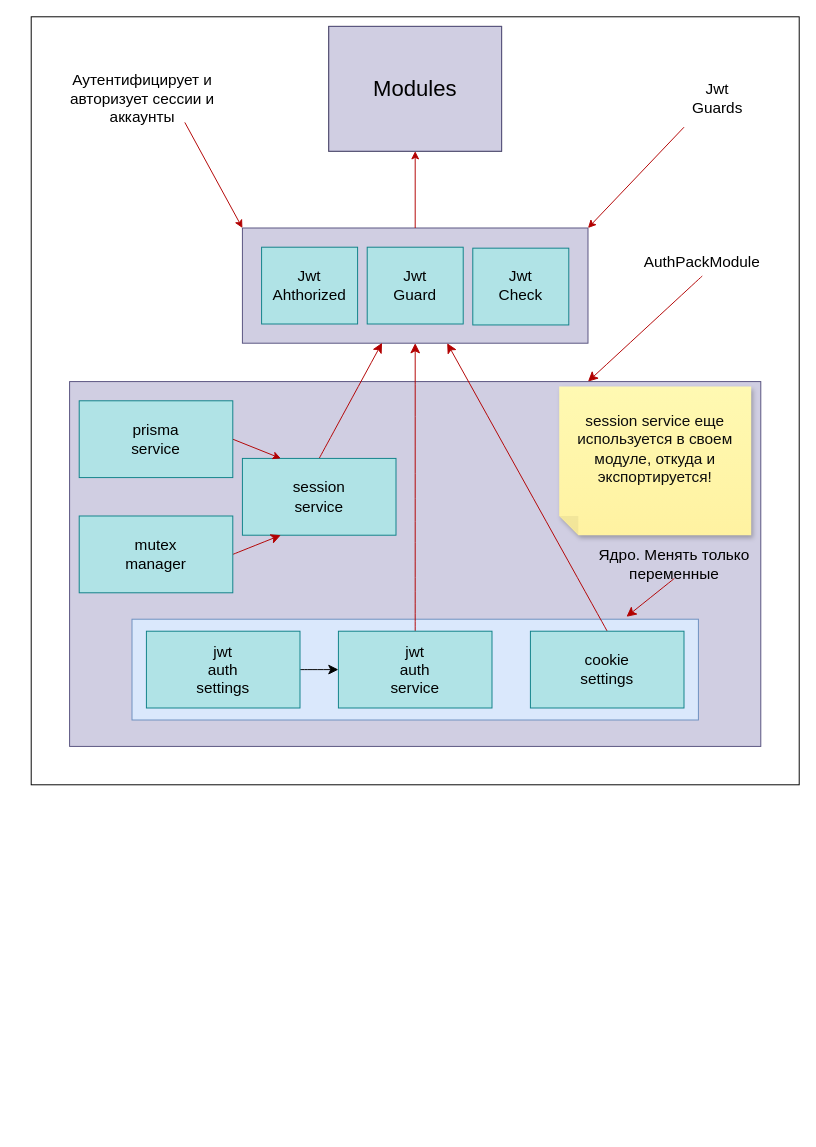
Before: page "AuthPackModule" (1 of 2) of documentation/AuthPackModule.drawio in IsaTalantbek/nestjs-monolith, a draw.io diagram. Source tidied: cells renumbered, new cells numbered last; positions are measured from the earlier drawing's top-left corner, leaving out a move shared by most shapes. Both pictures are drawn from the tidied source at 96%, with x=0, y=0 at pixel (31, 16).
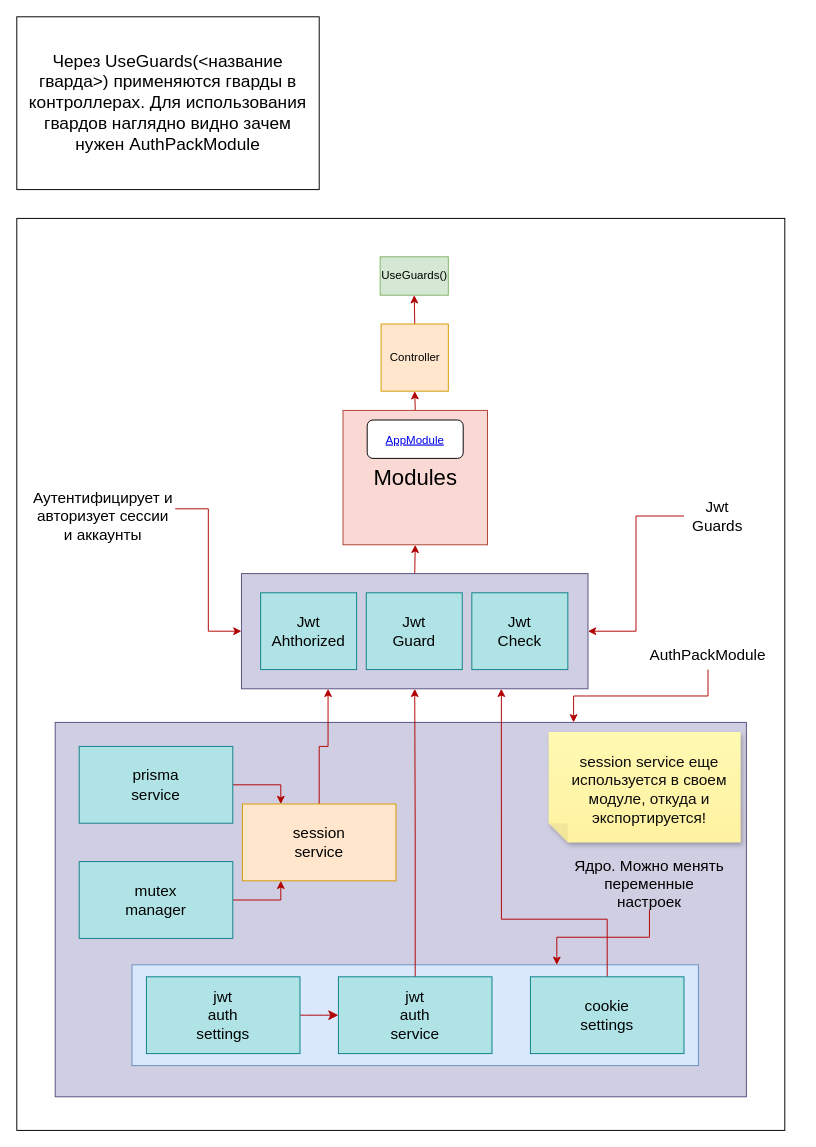
The same diagram, later.

What changed in the source:
```diff
@@
     <mxCell id="2" style="whiteSpace=wrap;html=1;fillColor=#FFFFFF;" parent="1" vertex="1">
-      <mxGeometry width="800" height="800" as="geometry" />
+      <mxGeometry x="-15" y="210" width="800" height="950" as="geometry" />
     </mxCell>
+    <mxCell id="36" style="edgeStyle=orthogonalEdgeStyle;rounded=0;jettySize=auto;html=1;exitX=0.5;exitY=0;exitDx=0;exitDy=0;entryX=0.5;entryY=1;entryDx=0;entryDy=0;fillColor=#e51400;strokeColor=#B20000;" parent="1" edge="1" source="3" target="35">
+      <mxGeometry relative="1" as="geometry" />
+    </mxCell>
     <mxCell id="3" style="whiteSpace=wrap;html=1;fontSize=23;fillColor=#d0cee2;strokeColor=#56517e;" parent="1" vertex="1">
-      <mxGeometry x="220" y="220" width="360" height="120" as="geometry" />
+      <mxGeometry x="219" y="580" width="361" height="120" as="geometry" />
     </mxCell>
     <mxCell id="4" style="rounded=0;whiteSpace=wrap;html=1;fillColor=#d0cee2;strokeColor=#56517e;" parent="1" vertex="1">
-      <mxGeometry x="40" y="380" width="720" height="380" as="geometry" />
+      <mxGeometry x="25" y="735" width="720" height="390" as="geometry" />
     </mxCell>
     <mxCell id="5" style="whiteSpace=wrap;html=1;fillColor=#dae8fc;strokeColor=#6c8ebf;" parent="1" vertex="1">
-      <mxGeometry x="105" y="627.5" width="590" height="105" as="geometry" />
+      <mxGeometry x="105" y="987.5" width="590" height="105" as="geometry" />
     </mxCell>
-    <mxCell id="6" style="edgeStyle=none;curved=1;rounded=0;jettySize=auto;html=1;exitX=1;exitY=0.5;exitDx=0;exitDy=0;entryX=0;entryY=0.5;entryDx=0;entryDy=0;fontSize=12;startSize=8;endSize=8;" parent="1" edge="1" source="7" target="9">
+    <mxCell id="6" style="edgeStyle=none;curved=1;rounded=0;jettySize=auto;html=1;exitX=1;exitY=0.5;exitDx=0;exitDy=0;entryX=0;entryY=0.5;entryDx=0;entryDy=0;fontSize=12;startSize=8;endSize=8;fillColor=#e51400;strokeColor=#B20000;" parent="1" edge="1" source="7" target="9">
       <mxGeometry relative="1" as="geometry" />
     </mxCell>
     <mxCell id="7" style="rounded=0;whiteSpace=wrap;html=1;fillColor=#b0e3e6;strokeColor=#0e8088;" parent="1" vertex="1">
-      <mxGeometry x="120" y="640" width="160" height="80" as="geometry" />
+      <mxGeometry x="120" y="1000" width="160" height="80" as="geometry" />
     </mxCell>
-    <mxCell id="8" style="edgeStyle=none;curved=1;rounded=0;jettySize=auto;html=1;exitX=0.5;exitY=0;exitDx=0;exitDy=0;fontSize=12;startSize=8;endSize=8;entryX=0.5;entryY=1;entryDx=0;entryDy=0;fillColor=#e51400;strokeColor=#B20000;" parent="1" edge="1" source="9" target="3">
+    <mxCell id="8" style="edgeStyle=orthogonalEdgeStyle;rounded=0;jettySize=auto;html=1;exitX=0.5;exitY=0;exitDx=0;exitDy=0;entryX=0.5;entryY=1;entryDx=0;entryDy=0;fillColor=#e51400;strokeColor=#B20000;" parent="1" edge="1" source="9" target="3">
       <mxGeometry relative="1" as="geometry" />
     </mxCell>
     <mxCell id="9" style="rounded=0;whiteSpace=wrap;html=1;fillColor=#b0e3e6;strokeColor=#0e8088;" parent="1" vertex="1">
-      <mxGeometry x="320" y="640" width="160" height="80" as="geometry" />
+      <mxGeometry x="320" y="1000" width="160" height="80" as="geometry" />
     </mxCell>
-    <mxCell id="10" style="edgeStyle=none;curved=1;rounded=0;jettySize=auto;html=1;exitX=0.5;exitY=0;exitDx=0;exitDy=0;fontSize=12;startSize=8;endSize=8;fillColor=#e51400;strokeColor=#B20000;" parent="1" edge="1" source="11" target="3">
-      <mxGeometry relative="1" as="geometry" />
+    <mxCell id="10" style="edgeStyle=orthogonalEdgeStyle;rounded=0;jettySize=auto;html=1;exitX=0.5;exitY=0;exitDx=0;exitDy=0;entryX=0.75;entryY=1;entryDx=0;entryDy=0;fillColor=#e51400;strokeColor=#B20000;" parent="1" edge="1" source="11" target="3">
+      <mxGeometry relative="1" as="geometry">
+        <Array as="points">
+          <mxPoint x="600" y="940" />
+          <mxPoint x="490" y="940" />
+        </Array>
+      </mxGeometry>
     </mxCell>
     <mxCell id="11" style="rounded=0;whiteSpace=wrap;html=1;fillColor=#b0e3e6;strokeColor=#0e8088;" parent="1" vertex="1">
-      <mxGeometry x="520" y="640" width="160" height="80" as="geometry" />
+      <mxGeometry x="520" y="1000" width="160" height="80" as="geometry" />
     </mxCell>
-    <mxCell id="12" style="edgeStyle=none;curved=1;rounded=0;jettySize=auto;html=1;exitX=0.5;exitY=0;exitDx=0;exitDy=0;fontSize=12;startSize=8;endSize=8;entryX=0.404;entryY=0.997;entryDx=0;entryDy=0;entryPerimeter=0;fillColor=#e51400;strokeColor=#B20000;" parent="1" edge="1" source="13" target="3">
+    <mxCell id="12" style="edgeStyle=orthogonalEdgeStyle;rounded=0;jettySize=auto;html=1;exitX=0.5;exitY=0;exitDx=0;exitDy=0;entryX=0.25;entryY=1;entryDx=0;entryDy=0;fillColor=#e51400;strokeColor=#B20000;" parent="1" edge="1" source="13" target="3">
       <mxGeometry relative="1" as="geometry" />
     </mxCell>
-    <mxCell id="13" style="rounded=0;whiteSpace=wrap;html=1;fillColor=#b0e3e6;strokeColor=#0e8088;" parent="1" vertex="1">
-      <mxGeometry x="220" y="460" width="160" height="80" as="geometry" />
+    <mxCell id="13" style="rounded=0;whiteSpace=wrap;html=1;fillColor=#ffe6cc;strokeColor=#d79b00;" parent="1" vertex="1">
+      <mxGeometry x="220" y="820" width="160" height="80" as="geometry" />
     </mxCell>
-    <mxCell id="14" style="edgeStyle=none;html=1;exitX=1;exitY=0.5;exitDx=0;exitDy=0;entryX=0.25;entryY=0;entryDx=0;entryDy=0;fontColor=#000000;fillColor=#e51400;strokeColor=#B20000;" parent="1" edge="1" source="15" target="13">
+    <mxCell id="14" style="edgeStyle=orthogonalEdgeStyle;rounded=0;jettySize=auto;html=1;exitX=1;exitY=0.5;exitDx=0;exitDy=0;entryX=0.25;entryY=0;entryDx=0;entryDy=0;fillColor=#e51400;strokeColor=#B20000;" parent="1" edge="1" source="15" target="13">
       <mxGeometry relative="1" as="geometry" />
     </mxCell>
     <mxCell id="15" style="rounded=0;whiteSpace=wrap;html=1;fillColor=#b0e3e6;strokeColor=#0e8088;" parent="1" vertex="1">
-      <mxGeometry x="50" y="400" width="160" height="80" as="geometry" />
+      <mxGeometry x="50" y="760" width="160" height="80" as="geometry" />
     </mxCell>
-    <mxCell id="16" style="edgeStyle=none;curved=1;rounded=0;jettySize=auto;html=1;exitX=1;exitY=0.5;exitDx=0;exitDy=0;entryX=0.25;entryY=1;entryDx=0;entryDy=0;fontSize=12;startSize=8;endSize=8;fillColor=#e51400;strokeColor=#B20000;" parent="1" edge="1" source="17" target="13">
+    <mxCell id="16" style="edgeStyle=orthogonalEdgeStyle;rounded=0;jettySize=auto;html=1;exitX=1;exitY=0.5;exitDx=0;exitDy=0;entryX=0.25;entryY=1;entryDx=0;entryDy=0;fillColor=#e51400;strokeColor=#B20000;" parent="1" edge="1" source="17" target="13">
       <mxGeometry relative="1" as="geometry" />
     </mxCell>
     <mxCell id="17" style="rounded=0;whiteSpace=wrap;html=1;fillColor=#b0e3e6;strokeColor=#0e8088;" parent="1" vertex="1">
-      <mxGeometry x="50" y="520" width="160" height="80" as="geometry" />
+      <mxGeometry x="50" y="880" width="160" height="80" as="geometry" />
     </mxCell>
     <mxCell id="18" value="session service" style="text;strokeColor=none;fillColor=none;html=1;align=center;verticalAlign=middle;whiteSpace=wrap;rounded=0;fontSize=16;fontColor=#000000;" parent="1" vertex="1">
-      <mxGeometry x="270" y="485" width="60" height="30" as="geometry" />
+      <mxGeometry x="270" y="845" width="60" height="30" as="geometry" />
     </mxCell>
     <mxCell id="19" value="prisma&lt;div&gt;service&lt;/div&gt;" style="text;strokeColor=none;fillColor=none;html=1;align=center;verticalAlign=middle;whiteSpace=wrap;rounded=0;fontSize=16;fontColor=#000000;" parent="1" vertex="1">
-      <mxGeometry x="100" y="425" width="60" height="30" as="geometry" />
+      <mxGeometry x="100" y="785" width="60" height="30" as="geometry" />
     </mxCell>
     <mxCell id="20" value="jwt&lt;div&gt;auth&lt;/div&gt;&lt;div&gt;service&lt;/div&gt;" style="text;strokeColor=none;fillColor=none;html=1;align=center;verticalAlign=middle;whiteSpace=wrap;rounded=0;fontSize=16;fontColor=#000000;" parent="1" vertex="1">
-      <mxGeometry x="370" y="665" width="60" height="30" as="geometry" />
+      <mxGeometry x="370" y="1025" width="60" height="30" as="geometry" />
     </mxCell>
     <mxCell id="21" value="jwt&lt;div&gt;auth&lt;/div&gt;&lt;div&gt;settings&lt;/div&gt;" style="text;html=1;align=center;verticalAlign=middle;whiteSpace=wrap;rounded=0;fontSize=16;fontColor=#000000;" parent="1" vertex="1">
-      <mxGeometry x="170" y="665" width="60" height="30" as="geometry" />
+      <mxGeometry x="170" y="1025" width="60" height="30" as="geometry" />
     </mxCell>
     <mxCell id="22" value="mutex&lt;div&gt;manager&lt;/div&gt;" style="text;strokeColor=none;fillColor=none;html=1;align=center;verticalAlign=middle;whiteSpace=wrap;rounded=0;fontSize=16;fontColor=#000000;" parent="1" vertex="1">
-      <mxGeometry x="100" y="545" width="60" height="30" as="geometry" />
+      <mxGeometry x="100" y="905" width="60" height="30" as="geometry" />
     </mxCell>
     <mxCell id="23" value="cookie&lt;div&gt;settings&lt;/div&gt;" style="text;strokeColor=none;fillColor=none;html=1;align=center;verticalAlign=middle;whiteSpace=wrap;rounded=0;fontSize=16;fontColor=#000000;" parent="1" vertex="1">
-      <mxGeometry x="570" y="665" width="60" height="30" as="geometry" />
+      <mxGeometry x="570" y="1025" width="60" height="30" as="geometry" />
     </mxCell>
-    <mxCell id="24" style="edgeStyle=none;curved=1;rounded=0;jettySize=auto;html=1;exitX=0.5;exitY=1;exitDx=0;exitDy=0;fontSize=12;startSize=8;endSize=8;entryX=0.873;entryY=-0.024;entryDx=0;entryDy=0;entryPerimeter=0;fillColor=#e51400;strokeColor=#B20000;" parent="1" edge="1" source="33" target="5">
-      <mxGeometry relative="1" as="geometry" />
-    </mxCell>
     <mxCell id="25" style="rounded=0;whiteSpace=wrap;html=1;fillColor=#b0e3e6;strokeColor=#0e8088;" parent="1" vertex="1">
-      <mxGeometry x="350" y="240" width="100" height="80" as="geometry" />
+      <mxGeometry x="349" y="600" width="100" height="80" as="geometry" />
     </mxCell>
     <mxCell id="26" value="Jwt&lt;div&gt;Guard&lt;/div&gt;" style="text;strokeColor=none;fillColor=none;html=1;align=center;verticalAlign=middle;whiteSpace=wrap;rounded=0;fontSize=16;fontColor=#000000;" parent="1" vertex="1">
-      <mxGeometry x="370" y="265" width="60" height="30" as="geometry" />
+      <mxGeometry x="369" y="625" width="60" height="30" as="geometry" />
     </mxCell>
@@
+    <mxCell id="29" style="edgeStyle=orthogonalEdgeStyle;rounded=0;jettySize=auto;html=1;exitX=0.5;exitY=1;exitDx=0;exitDy=0;entryX=0.75;entryY=0;entryDx=0;entryDy=0;fillColor=#e51400;strokeColor=#B20000;" parent="1" edge="1" source="28" target="4">
+      <mxGeometry relative="1" as="geometry" />
+    </mxCell>
     <mxCell id="28" value="AuthPackModule" style="text;strokeColor=none;align=center;fillColor=none;html=1;verticalAlign=middle;whiteSpace=wrap;rounded=0;fontSize=16;fontColor=#000000;" parent="1" vertex="1">
-      <mxGeometry x="669" y="240" width="60" height="30" as="geometry" />
+      <mxGeometry x="675" y="650" width="60" height="30" as="geometry" />
     </mxCell>
-    <mxCell id="29" style="edgeStyle=none;curved=1;rounded=0;jettySize=auto;html=1;exitX=0.5;exitY=1;exitDx=0;exitDy=0;entryX=0.75;entryY=0;entryDx=0;entryDy=0;fontSize=12;startSize=8;endSize=8;fillColor=#e51400;strokeColor=#B20000;" parent="1" edge="1" source="28" target="4">
-      <mxGeometry relative="1" as="geometry" />
-    </mxCell>
     <mxCell id="30" style="shape=note;whiteSpace=wrap;html=1;backgroundOutline=1;fontColor=#000000;darkOpacity=0.05;fillColor=#FFF9B2;strokeColor=none;fillStyle=solid;direction=west;gradientDirection=north;gradientColor=#FFF2A1;shadow=1;size=20;" parent="1" vertex="1">
-      <mxGeometry x="550" y="385" width="200" height="155" as="geometry" />
+      <mxGeometry x="539" y="745" width="200" height="115" as="geometry" />
     </mxCell>
     <mxCell id="31" value="session service еще используется в своем модуле, откуда и экспортируется!" style="text;strokeColor=none;fillColor=none;html=1;align=center;verticalAlign=middle;whiteSpace=wrap;rounded=0;fontSize=16;labelBackgroundColor=none;labelBorderColor=none;spacingTop=0;fontColor=#0D0D0D;" parent="1" vertex="1">
-      <mxGeometry x="565" y="435" width="170" height="30" as="geometry" />
+      <mxGeometry x="559" y="790" width="170" height="30" as="geometry" />
     </mxCell>
+    <mxCell id="44" style="edgeStyle=orthogonalEdgeStyle;rounded=0;jettySize=auto;html=1;exitX=1;exitY=0.25;exitDx=0;exitDy=0;entryX=0;entryY=0.5;entryDx=0;entryDy=0;fillColor=#e51400;strokeColor=#B20000;" parent="1" edge="1" source="32" target="3">
+      <mxGeometry relative="1" as="geometry" />
+    </mxCell>
     <mxCell id="32" value="Аутентифицирует и авторизует сессии и аккаунты" style="text;strokeColor=none;fillColor=none;html=1;align=center;verticalAlign=middle;whiteSpace=wrap;rounded=0;fontSize=16;fontColor=#000000;" parent="1" vertex="1">
-      <mxGeometry x="11" y="70" width="210" height="30" as="geometry" />
+      <mxGeometry y="505" width="150" height="30" as="geometry" />
     </mxCell>
+    <mxCell id="24" style="edgeStyle=orthogonalEdgeStyle;rounded=0;jettySize=auto;html=1;exitX=0.5;exitY=1;exitDx=0;exitDy=0;entryX=0.75;entryY=0;entryDx=0;entryDy=0;fillColor=#e51400;strokeColor=#B20000;" parent="1" edge="1" source="33" target="5">
+      <mxGeometry relative="1" as="geometry" />
+    </mxCell>
-    <mxCell id="33" value="Ядро. Менять только переменные" style="text;strokeColor=none;fillColor=none;html=1;align=center;verticalAlign=middle;whiteSpace=wrap;rounded=0;fontSize=16;fontColor=#000000;" parent="1" vertex="1">
-      <mxGeometry x="590" y="555" width="160" height="30" as="geometry" />
+    <mxCell id="33" value="Ядро. Можно менять переменные настроек" style="text;strokeColor=none;fillColor=none;html=1;align=center;verticalAlign=middle;whiteSpace=wrap;rounded=0;fontSize=16;fontColor=#000000;" parent="1" vertex="1">
+      <mxGeometry x="564" y="875" width="160" height="55" as="geometry" />
     </mxCell>
-    <mxCell id="34" style="whiteSpace=wrap;html=1;" parent="1" vertex="1">
-      <mxGeometry x="310" y="10" width="180" height="130" as="geometry" />
-    </mxCell>
-    <mxCell id="35" value="Modules" style="text;strokeColor=#56517e;align=center;fillColor=#d0cee2;html=1;verticalAlign=middle;whiteSpace=wrap;rounded=0;fontSize=23;labelBorderColor=none;labelBackgroundColor=none;fontColor=#000000;" parent="1" vertex="1">
-      <mxGeometry x="310" y="10" width="180" height="130" as="geometry" />
-    </mxCell>
-    <mxCell id="36" style="edgeStyle=none;jettySize=auto;html=1;fontSize=23;entryX=0.5;entryY=1;entryDx=0;entryDy=0;exitX=0.5;exitY=0;exitDx=0;exitDy=0;fillColor=#e51400;strokeColor=#B20000;" parent="1" edge="1" source="3" target="35">
-      <mxGeometry relative="1" as="geometry" />
-    </mxCell>
     <mxCell id="37" style="whiteSpace=wrap;html=1;fontSize=23;fillColor=#b0e3e6;strokeColor=#0e8088;" parent="1" vertex="1">
-      <mxGeometry x="460" y="241" width="100" height="80" as="geometry" />
+      <mxGeometry x="459" y="600" width="100" height="80" as="geometry" />
     </mxCell>
     <mxCell id="38" style="whiteSpace=wrap;html=1;fontSize=23;fillColor=#b0e3e6;strokeColor=#0e8088;" parent="1" vertex="1">
-      <mxGeometry x="240" y="240" width="100" height="80" as="geometry" />
+      <mxGeometry x="239" y="600" width="100" height="80" as="geometry" />
     </mxCell>
-    <mxCell id="39" style="edgeStyle=none;jettySize=auto;html=1;fontSize=23;entryX=0;entryY=0;entryDx=0;entryDy=0;fillColor=#e51400;strokeColor=#B20000;" parent="1" edge="1" target="3">
-      <mxGeometry relative="1" as="geometry">
-        <mxPoint x="160" y="110" as="sourcePoint" />
-      </mxGeometry>
-    </mxCell>
     <mxCell id="40" value="Jwt&lt;br style=&quot;font-size: 16px;&quot;&gt;Ahthorized" style="text;strokeColor=none;align=center;fillColor=none;html=1;verticalAlign=middle;whiteSpace=wrap;rounded=0;fontSize=16;fontColor=#000000;" parent="1" vertex="1">
-      <mxGeometry x="260" y="265" width="60" height="30" as="geometry" />
+      <mxGeometry x="259" y="625" width="60" height="30" as="geometry" />
     </mxCell>
     <mxCell id="41" value="Jwt&lt;br&gt;Check" style="text;strokeColor=none;align=center;fillColor=none;html=1;verticalAlign=middle;whiteSpace=wrap;rounded=0;fontSize=16;fontColor=#000000;" parent="1" vertex="1">
-      <mxGeometry x="480" y="265" width="60" height="30" as="geometry" />
+      <mxGeometry x="479" y="625" width="60" height="30" as="geometry" />
     </mxCell>
+    <mxCell id="43" style="edgeStyle=orthogonalEdgeStyle;rounded=0;jettySize=auto;html=1;exitX=0;exitY=0.5;exitDx=0;exitDy=0;entryX=1;entryY=0.5;entryDx=0;entryDy=0;fillColor=#e51400;strokeColor=#B20000;" parent="1" edge="1" source="42" target="3">
+      <mxGeometry relative="1" as="geometry" />
+    </mxCell>
     <mxCell id="42" value="Jwt&lt;br&gt;Guards" style="text;strokeColor=none;align=center;fillColor=none;html=1;verticalAlign=middle;whiteSpace=wrap;rounded=0;fontSize=16;fontColor=#000000;" parent="1" vertex="1">
-      <mxGeometry x="680" y="55" width="70" height="60" as="geometry" />
+      <mxGeometry x="680" y="490" width="70" height="60" as="geometry" />
     </mxCell>
-    <mxCell id="43" style="edgeStyle=none;jettySize=auto;html=1;fontSize=16;exitX=0;exitY=1;exitDx=0;exitDy=0;entryX=1;entryY=0;entryDx=0;entryDy=0;fillColor=#e51400;strokeColor=#B20000;" parent="1" edge="1" source="42" target="3">
-      <mxGeometry relative="1" as="geometry" />
-    </mxCell>
+    <mxCell id="45" style="edgeStyle=orthogonalEdgeStyle;rounded=0;jettySize=auto;html=1;exitX=0.5;exitY=0;exitDx=0;exitDy=0;entryX=0.5;entryY=1;entryDx=0;entryDy=0;fillColor=#e51400;strokeColor=#B20000;" parent="1" edge="1" source="35" target="50">
+      <mxGeometry relative="1" as="geometry" />
+    </mxCell>
+    <mxCell id="35" value="Modules" style="text;strokeColor=#ae4132;align=center;fillColor=#fad9d5;html=1;verticalAlign=middle;whiteSpace=wrap;rounded=0;fontSize=23;" parent="1" vertex="1">
+      <mxGeometry x="324.8" y="410" width="150.5" height="140" as="geometry" />
+    </mxCell>
+    <mxCell id="46" value="AppModule" style="fontColor=#0000EE;fontStyle=4;rounded=1;overflow=hidden;spacing=10;" parent="1" vertex="1">
+      <mxGeometry x="350" y="420" width="100" height="40" as="geometry" />
+    </mxCell>
+    <mxCell id="47" value="Через UseGuards(&amp;lt;название гварда&amp;gt;) применяются гварды в контроллерах. Для использования гвардов наглядно видно зачем нужен AuthPackModule" style="whiteSpace=wrap;html=1;fontSize=18;" parent="1" vertex="1">
+      <mxGeometry x="-15" width="315" height="180" as="geometry" />
+    </mxCell>
+    <mxCell id="48" value="UseGuards()" style="whiteSpace=wrap;html=1;fillColor=#d5e8d4;strokeColor=#82b366;" parent="1" vertex="1">
+      <mxGeometry x="363.5" y="250" width="71" height="40" as="geometry" />
+    </mxCell>
+    <mxCell id="49" style="edgeStyle=orthogonalEdgeStyle;rounded=0;jettySize=auto;html=1;exitX=0.5;exitY=0;exitDx=0;exitDy=0;entryX=0.5;entryY=1;entryDx=0;entryDy=0;fillColor=#e51400;strokeColor=#B20000;" parent="1" edge="1" source="50" target="48">
+      <mxGeometry relative="1" as="geometry" />
+    </mxCell>
+    <mxCell id="50" value="Controller" style="text;strokeColor=#d79b00;align=center;fillColor=#ffe6cc;html=1;verticalAlign=middle;whiteSpace=wrap;rounded=0;" parent="1" vertex="1">
+      <mxGeometry x="364.5" y="320" width="70" height="70" as="geometry" />
+    </mxCell>
```
